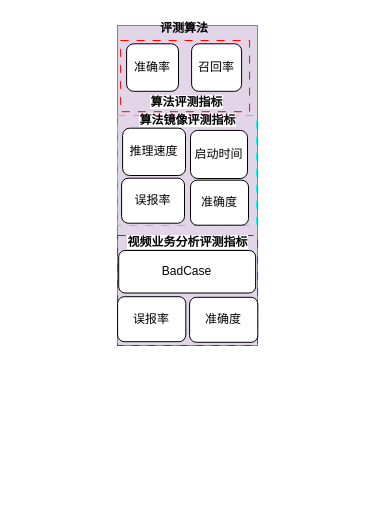
Above: page "第 2 页" (2 of 2) of 验证实验评测平台4.0.drawio in paleblackless/diagrams (draw.io), before the change. Source tidied: cells renumbered, new cells numbered last; positions are measured from the earlier drawing's top-left corner, leaving out a move shared by most shapes. Both pictures are drawn from the tidied source at 100%, with x=0, y=0 at pixel (117, 16).
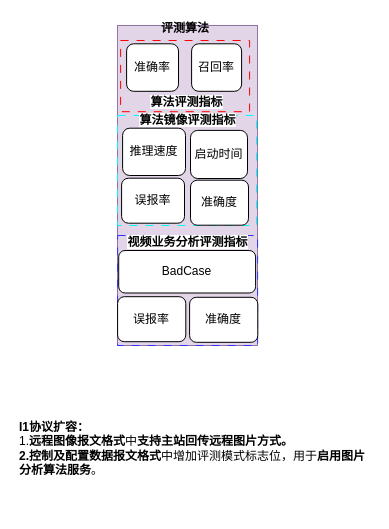
The same page after the edit.

The edit, as a diff of the source:
```diff
@@
+    <mxCell id="21" value="&lt;b&gt;I1协议扩容：&lt;br&gt;&lt;/b&gt;1.&lt;b&gt;远程图像报文格式&lt;/b&gt;中&lt;b&gt;支持主站回传远程图片方式。&lt;br&gt;2.控制及配置数据报文格式&lt;/b&gt;中增加评测模式标志位，用于&lt;b&gt;启用图片分析算法服务&lt;/b&gt;。" style="text;html=1;strokeColor=none;fillColor=none;align=left;verticalAlign=middle;whiteSpace=wrap;rounded=0;" parent="1" vertex="1">
+      <mxGeometry x="-100" y="369" width="354.1" height="126" as="geometry" />
+    </mxCell>
```
